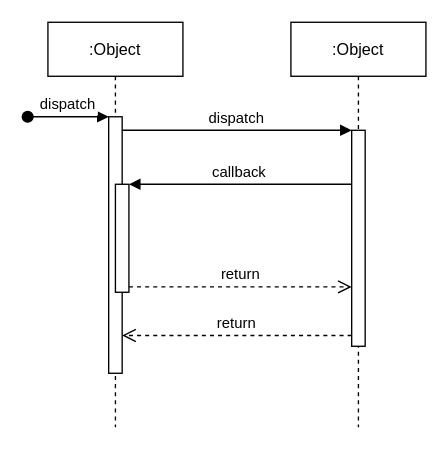
Earlier version of the draw.io diagram Fair_Trade_Coffe_Supply_Chain/project-6/FTC_UML-sequence-diagram.drawio (PaWeRe/Udacity-Blockchain-Nanodegree). Source tidied: cells renumbered, new cells numbered last; positions are measured from the earlier drawing's top-left corner, leaving out a move shared by most shapes. Both pictures are drawn from the tidied source at 135%, with x=0, y=0 at pixel (27, 22).
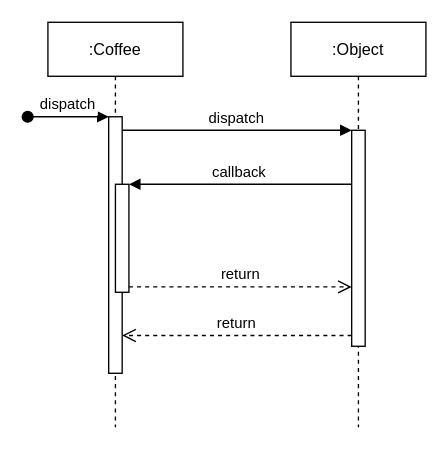
After the change.

Diff of the diagram source:
```diff
@@
 <mxGraphModel>
   <root>
     <mxCell id="0" />
     <mxCell id="1" parent="0" />
-    <mxCell id="2" value=":Object" style="shape=umlLifeline;perimeter=lifelinePerimeter;rounded=0;shadow=0;strokeWidth=1;" parent="1" vertex="1">
+    <mxCell id="2" value=":Coffee" style="shape=umlLifeline;perimeter=lifelinePerimeter;rounded=0;shadow=0;strokeWidth=1;" parent="1" vertex="1">
       <mxGeometry x="15" width="100" height="300" as="geometry" />
     </mxCell>
     <mxCell id="3" style="points=[];perimeter=orthogonalPerimeter;rounded=0;shadow=0;strokeWidth=1;" parent="2" vertex="1">
       <mxGeometry x="45" y="70" width="10" height="190" as="geometry" />
     </mxCell>
     <mxCell id="4" value="dispatch" style="verticalAlign=bottom;startArrow=oval;endArrow=block;startSize=8;shadow=0;strokeWidth=1;" parent="2" edge="1" target="3">
       <mxGeometry relative="1" as="geometry">
         <mxPoint x="-15" y="70" as="sourcePoint" />
       </mxGeometry>
     </mxCell>
     <mxCell id="5" style="points=[];perimeter=orthogonalPerimeter;rounded=0;shadow=0;strokeWidth=1;" parent="2" vertex="1">
       <mxGeometry x="50" y="120" width="10" height="80" as="geometry" />
     </mxCell>
     <mxCell id="6" value=":Object" style="shape=umlLifeline;perimeter=lifelinePerimeter;rounded=0;shadow=0;strokeWidth=1;" parent="1" vertex="1">
       <mxGeometry x="195" width="100" height="300" as="geometry" />
     </mxCell>
     <mxCell id="7" style="points=[];perimeter=orthogonalPerimeter;rounded=0;shadow=0;strokeWidth=1;" parent="6" vertex="1">
       <mxGeometry x="45" y="80" width="10" height="160" as="geometry" />
     </mxCell>
     <mxCell id="8" value="return" style="verticalAlign=bottom;endArrow=open;dashed=1;endSize=8;exitX=0;exitY=0.95;shadow=0;strokeWidth=1;" parent="1" edge="1" source="7" target="3">
       <mxGeometry relative="1" as="geometry" />
     </mxCell>
     <mxCell id="9" value="dispatch" style="verticalAlign=bottom;endArrow=block;entryX=0;entryY=0;shadow=0;strokeWidth=1;" parent="1" edge="1" source="3" target="7">
       <mxGeometry relative="1" as="geometry" />
     </mxCell>
     <mxCell id="10" value="callback" style="verticalAlign=bottom;endArrow=block;entryX=1;entryY=0;shadow=0;strokeWidth=1;" parent="1" edge="1" source="7" target="5">
       <mxGeometry relative="1" as="geometry" />
     </mxCell>
     <mxCell id="11" value="return" style="verticalAlign=bottom;endArrow=open;dashed=1;endSize=8;exitX=1;exitY=0.95;shadow=0;strokeWidth=1;" parent="1" edge="1" source="5" target="7">
       <mxGeometry relative="1" as="geometry" />
     </mxCell>
   </root>
 </mxGraphModel>
```
